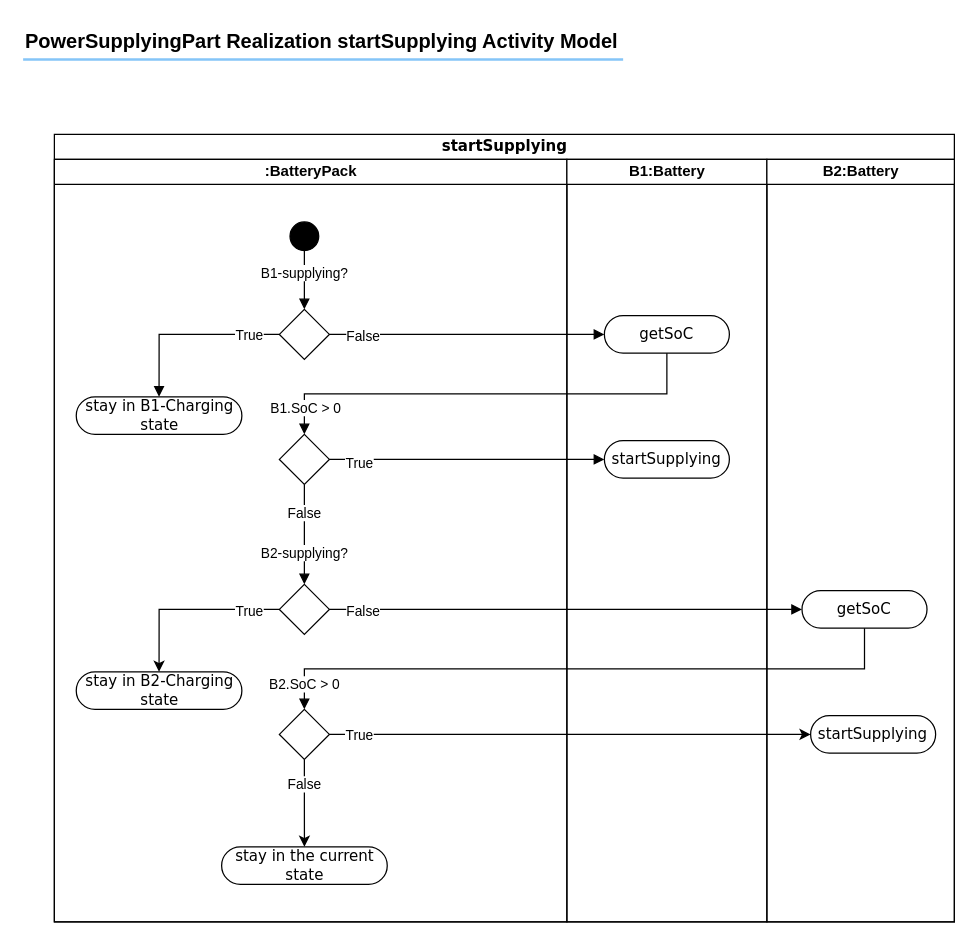
Mohammad-Si/convide-A02-MVE keeps this draw.io diagram as version/4/KobrA_Realization-Activity-Model_PowerSupplyingParty-startSupplying.drawio. Above is the earlier version. Source tidied: cells renumbered, new cells numbered last; positions are measured from the earlier drawing's top-left corner, leaving out a move shared by most shapes. Both pictures are drawn from the tidied source at 125%, with x=0, y=0 at pixel (22, 21).
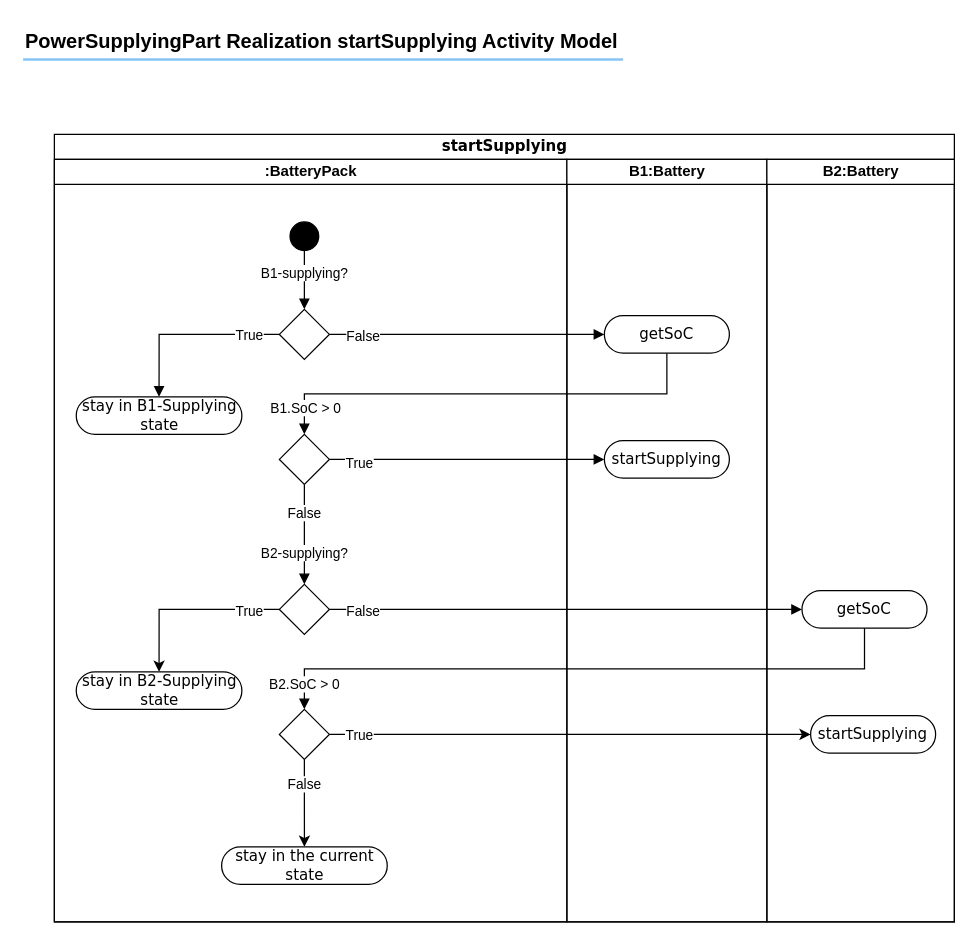
The same diagram, later.

Commit message:
improving states

The change refers to these unchanged cells:
```xml
<mxCell id="5" value=":BatteryPack" style="swimlane;html=1;startSize=20;" parent="4" vertex="1">
  <mxGeometry y="20" width="410" height="610" as="geometry" />
</mxCell>
```

Change to the diagram source:
```diff
@@
-    <mxCell id="19" value="stay in B1-Charging&lt;div&gt;&amp;nbsp;state&amp;nbsp;&lt;/div&gt;" style="rounded=1;whiteSpace=wrap;html=1;shadow=0;comic=0;labelBackgroundColor=none;strokeWidth=1;fontFamily=Verdana;fontSize=12;align=center;arcSize=50;" parent="5" vertex="1">
+    <mxCell id="19" value="stay in B1-Supplying&lt;div&gt;&amp;nbsp;state&amp;nbsp;&lt;/div&gt;" style="rounded=1;whiteSpace=wrap;html=1;shadow=0;comic=0;labelBackgroundColor=none;strokeWidth=1;fontFamily=Verdana;fontSize=12;align=center;arcSize=50;" parent="5" vertex="1">
       <mxGeometry x="17.5" y="190" width="132.5" height="30" as="geometry" />
     </mxCell>
@@
-    <mxCell id="23" value="stay in B2-Charging&lt;div&gt;&amp;nbsp;state&amp;nbsp;&lt;/div&gt;" style="rounded=1;whiteSpace=wrap;html=1;shadow=0;comic=0;labelBackgroundColor=none;strokeWidth=1;fontFamily=Verdana;fontSize=12;align=center;arcSize=50;" parent="5" vertex="1">
+    <mxCell id="23" value="stay in B2-Supplying&lt;div&gt;&amp;nbsp;state&amp;nbsp;&lt;/div&gt;" style="rounded=1;whiteSpace=wrap;html=1;shadow=0;comic=0;labelBackgroundColor=none;strokeWidth=1;fontFamily=Verdana;fontSize=12;align=center;arcSize=50;" parent="5" vertex="1">
       <mxGeometry x="17.5" y="410" width="132.5" height="30" as="geometry" />
     </mxCell>
```
